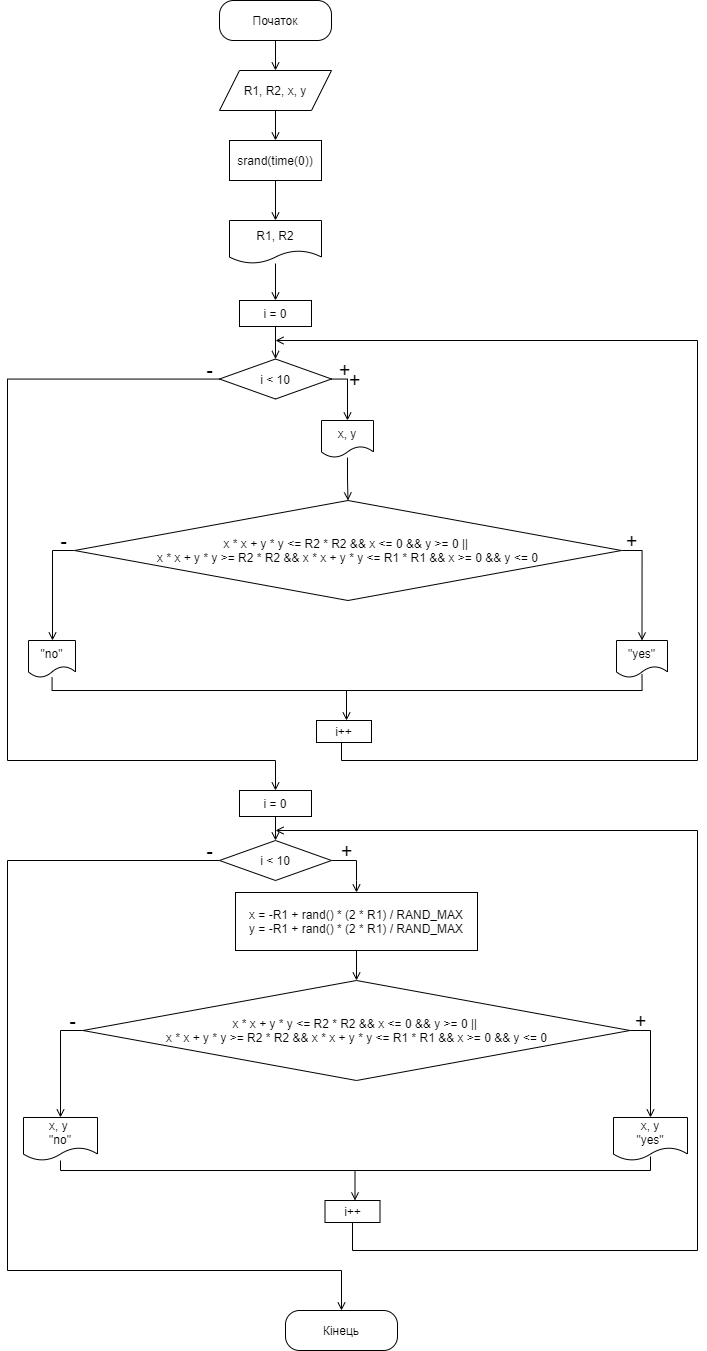
Before: diagram.png, a diagram exported from draw.io (fhctyw/Lab4.5). Source tidied: cells renumbered, new cells last; positions are measured from the earlier drawing's top-left corner, leaving out a move shared by most shapes.
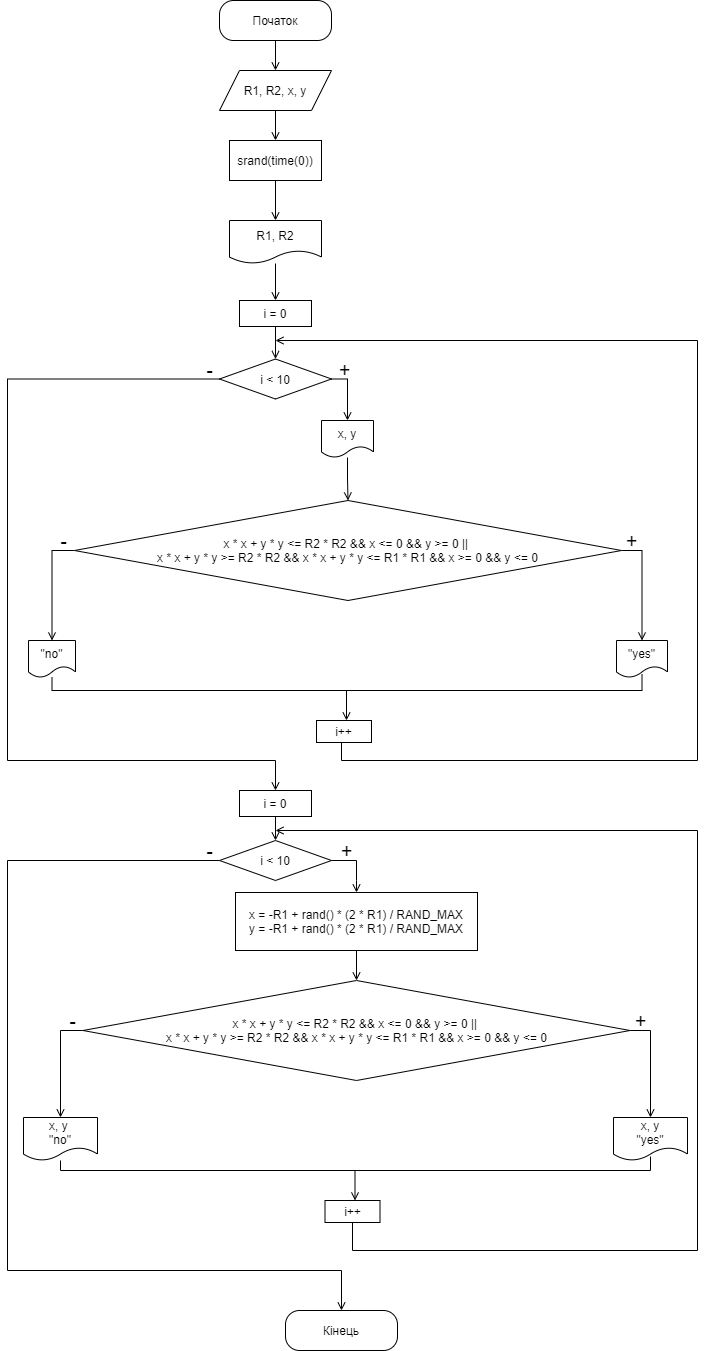
After the commit.

Commit message:
add UML diagram

Change to the diagram source:
```diff
@@ -154,9 +154,6 @@
     <mxCell id="36" value="x = -R1 + rand() * (2 * R1) / RAND_MAX&lt;br&gt;y = -R1 + rand() * (2 * R1) / RAND_MAX" style="rounded=0;whiteSpace=wrap;html=1;" parent="1" vertex="1">
       <mxGeometry x="228" y="892" width="242" height="58" as="geometry" />
     </mxCell>
-    <mxCell id="37" value="&lt;font style=&quot;font-size: 20px&quot;&gt;+&lt;/font&gt;" style="text;html=1;align=center;verticalAlign=middle;strokeColor=none;fillColor=none;" parent="1" vertex="1">
-      <mxGeometry x="331.5" y="368.5" width="30" height="20" as="geometry" />
-    </mxCell>
     <mxCell id="38" value="&lt;font style=&quot;font-size: 20px&quot;&gt;+&lt;/font&gt;" style="text;html=1;align=center;verticalAlign=middle;strokeColor=none;fillColor=none;" parent="1" vertex="1">
       <mxGeometry x="324" y="840" width="30" height="20" as="geometry" />
     </mxCell>
```
